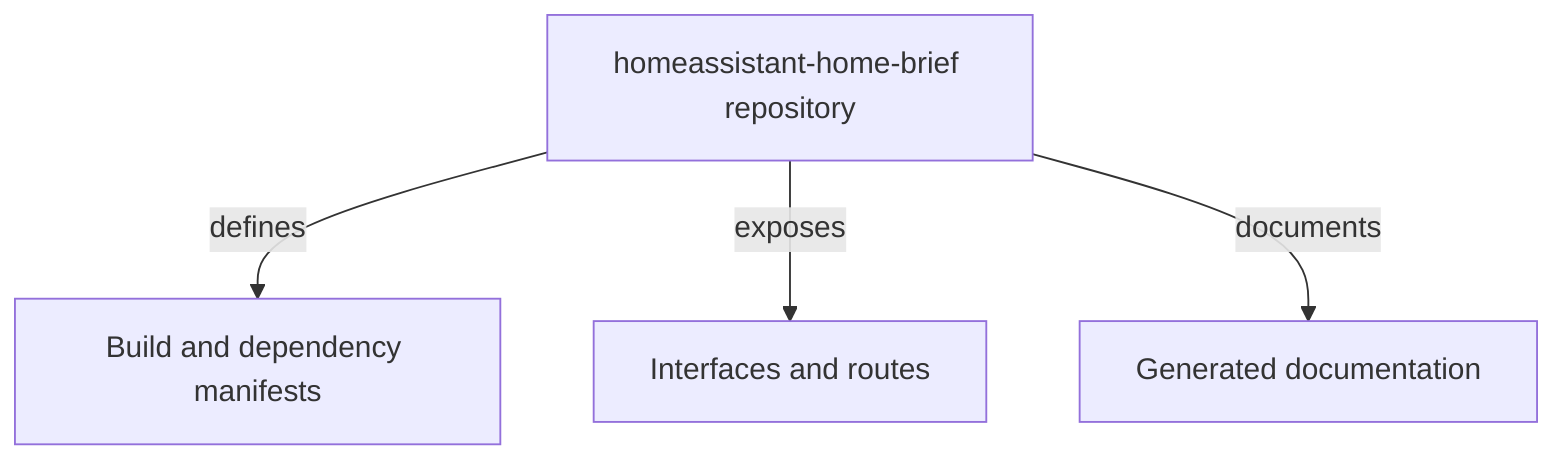
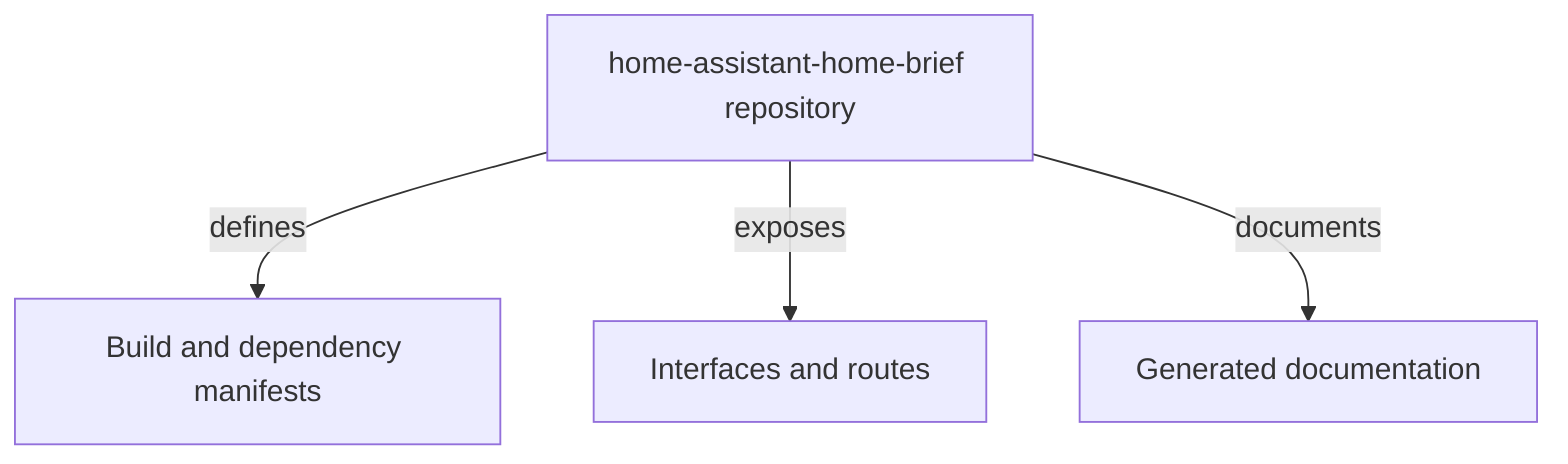
flowchart TB
-   Repo[homeassistant-home-brief repository]
+   Repo[home-assistant-home-brief repository]
  Manifests[Build and dependency manifests]
  Repo -->|defines| Manifests
  Interfaces[Interfaces and routes]
  Repo -->|exposes| Interfaces
  Docs[Generated documentation]
  Repo -->|documents| Docs
